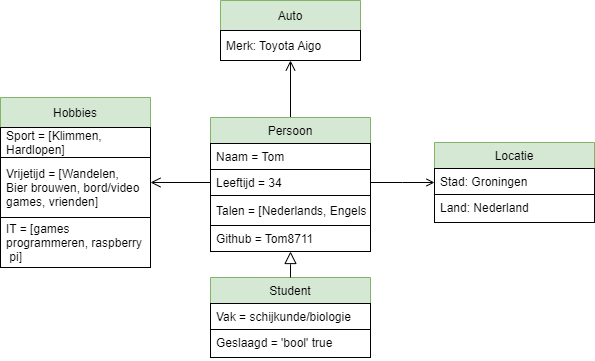
Before: image/mijnklasse.png, a diagram exported from draw.io (Tom8711/Interactive-cv). Source tidied: cells renumbered, new cells last; positions are measured from the earlier drawing's top-left corner, leaving out a move shared by most shapes.
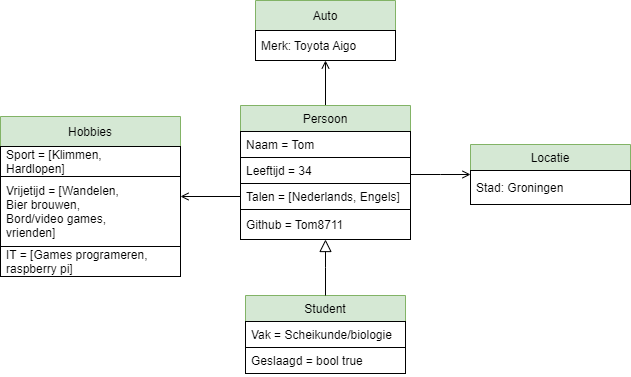
The same diagram one commit later.

What changed in the source:
```diff
@@ -2,70 +2,67 @@
   <root>
     <mxCell id="0" />
     <mxCell id="1" parent="0" />
-    <mxCell id="2" style="edgeStyle=orthogonalEdgeStyle;rounded=0;jettySize=auto;html=1;endArrow=open;endFill=0;endSize=8;" parent="1" edge="1" source="3" target="21">
+    <mxCell id="2" style="edgeStyle=orthogonalEdgeStyle;rounded=0;jettySize=auto;html=1;endArrow=open;endFill=0;" parent="1" edge="1" source="3" target="21">
       <mxGeometry relative="1" as="geometry" />
     </mxCell>
     <mxCell id="3" value="Persoon" style="swimlane;fontStyle=0;align=center;verticalAlign=top;horizontal=1;startSize=26;rounded=0;shadow=0;strokeWidth=1;fillColor=#d5e8d4;strokeColor=#82b366;" parent="1" vertex="1">
-      <mxGeometry x="210" y="117" width="160" height="134" as="geometry" />
+      <mxGeometry x="202" y="67" width="170" height="134" as="geometry" />
     </mxCell>
     <mxCell id="4" value="Naam = Tom" style="text;align=left;verticalAlign=top;spacingLeft=4;spacingRight=4;overflow=hidden;strokeColor=default;" parent="3" vertex="1">
-      <mxGeometry y="26" width="160" height="26" as="geometry" />
+      <mxGeometry y="26" width="170" height="26" as="geometry" />
     </mxCell>
     <mxCell id="5" value="Leeftijd = 34" style="text;align=left;verticalAlign=top;spacingLeft=4;spacingRight=4;overflow=hidden;points=[[0,0.5],[1,0.5]];portConstraint=eastwest;rounded=0;shadow=0;html=0;strokeColor=default;" parent="3" vertex="1">
-      <mxGeometry y="52" width="160" height="26" as="geometry" />
+      <mxGeometry y="52" width="170" height="26" as="geometry" />
     </mxCell>
-    <mxCell id="6" value="Talen = [Nederlands, Engels]" style="text;align=left;verticalAlign=middle;spacingLeft=4;spacingRight=4;overflow=hidden;strokeColor=default;" parent="3" vertex="1">
-      <mxGeometry y="78" width="160" height="30" as="geometry" />
-    </mxCell>
-    <mxCell id="7" value="Github = Tom8711" style="text;align=left;verticalAlign=top;spacingLeft=4;spacingRight=4;overflow=hidden;points=[[0,0.5],[1,0.5]];portConstraint=eastwest;rounded=0;shadow=0;html=0;strokeColor=default;" parent="3" vertex="1">
-      <mxGeometry y="108" width="160" height="26" as="geometry" />
+    <mxCell id="7" value="Talen = [Nederlands, Engels]" style="text;align=left;verticalAlign=top;spacingLeft=4;spacingRight=4;overflow=hidden;points=[[0,0.5],[1,0.5]];portConstraint=eastwest;rounded=0;shadow=0;html=0;strokeColor=default;" parent="3" vertex="1">
+      <mxGeometry y="78" width="170" height="26" as="geometry" />
     </mxCell>
+    <mxCell id="23" value="Github = Tom8711" style="text;strokeColor=default;fillColor=none;align=left;verticalAlign=middle;spacingLeft=4;spacingRight=4;overflow=hidden;" parent="3" vertex="1">
+      <mxGeometry y="104" width="170" height="30" as="geometry" />
+    </mxCell>
     <mxCell id="8" value="Student" style="swimlane;fontStyle=0;align=center;verticalAlign=top;horizontal=1;startSize=26;rounded=0;shadow=0;strokeWidth=1;fillColor=#d5e8d4;strokeColor=#82b366;" parent="1" vertex="1">
-      <mxGeometry x="210" y="277" width="160" height="80" as="geometry" />
+      <mxGeometry x="207" y="257" width="160" height="78" as="geometry" />
     </mxCell>
-    <mxCell id="9" value="Vak = schijkunde/biologie" style="text;align=left;verticalAlign=top;spacingLeft=4;spacingRight=4;overflow=hidden;strokeColor=default;" parent="8" vertex="1">
+    <mxCell id="9" value="Vak = Scheikunde/biologie" style="text;align=left;verticalAlign=top;spacingLeft=4;spacingRight=4;overflow=hidden;strokeColor=default;" parent="8" vertex="1">
       <mxGeometry y="26" width="160" height="26" as="geometry" />
     </mxCell>
-    <mxCell id="10" value="Geslaagd = 'bool' true" style="text;align=left;verticalAlign=top;spacingLeft=4;spacingRight=4;overflow=hidden;rounded=0;shadow=0;html=0;fontStyle=0;strokeColor=default;" parent="8" vertex="1">
-      <mxGeometry y="52" width="160" height="28" as="geometry" />
+    <mxCell id="10" value="Geslaagd = bool true" style="text;align=left;verticalAlign=top;spacingLeft=4;spacingRight=4;overflow=hidden;rounded=0;shadow=0;html=0;strokeColor=default;" parent="8" vertex="1">
+      <mxGeometry y="52" width="160" height="26" as="geometry" />
     </mxCell>
     <mxCell id="11" style="endArrow=block;endSize=10;endFill=0;shadow=0;strokeWidth=1;rounded=0;edgeStyle=elbowEdgeStyle;elbow=vertical;" parent="1" edge="1" source="8" target="3">
       <mxGeometry relative="1" as="geometry" />
     </mxCell>
     <mxCell id="12" value="Locatie" style="swimlane;fontStyle=0;align=center;verticalAlign=top;horizontal=1;startSize=26;rounded=0;shadow=0;strokeWidth=1;fillColor=#d5e8d4;strokeColor=#82b366;" parent="1" vertex="1">
-      <mxGeometry x="434" y="142" width="160" height="80" as="geometry" />
+      <mxGeometry x="432" y="106" width="160" height="60" as="geometry" />
     </mxCell>
-    <mxCell id="13" value="Stad: Groningen" style="text;align=left;verticalAlign=top;spacingLeft=4;spacingRight=4;overflow=hidden;rounded=0;shadow=0;html=0;strokeColor=default;" parent="12" vertex="1">
-      <mxGeometry y="26" width="160" height="26" as="geometry" />
+    <mxCell id="13" value="Stad: Groningen" style="text;strokeColor=default;fillColor=none;align=left;verticalAlign=middle;spacingLeft=4;spacingRight=4;overflow=hidden;" parent="12" vertex="1">
+      <mxGeometry y="26" width="160" height="34" as="geometry" />
     </mxCell>
-    <mxCell id="14" value="Land: Nederland" style="text;align=left;verticalAlign=top;spacingLeft=4;spacingRight=4;overflow=hidden;rounded=0;shadow=0;html=0;strokeColor=default;" parent="12" vertex="1">
-      <mxGeometry y="52" width="160" height="28" as="geometry" />
-    </mxCell>
-    <mxCell id="15" style="endArrow=open;shadow=0;strokeWidth=1;rounded=0;endFill=1;edgeStyle=elbowEdgeStyle;elbow=vertical;exitX=1;exitY=0.5;exitDx=0;exitDy=0;" parent="1" edge="1" source="5" target="12">
+    <mxCell id="15" style="endArrow=open;shadow=0;strokeWidth=1;rounded=0;endFill=0;edgeStyle=elbowEdgeStyle;elbow=vertical;" parent="1" edge="1" source="3" target="12">
       <mxGeometry x="0.5" y="41" relative="1" as="geometry">
         <mxPoint x="-40" y="32" as="offset" />
       </mxGeometry>
     </mxCell>
+    <mxCell id="21" value="Auto" style="swimlane;fontStyle=0;horizontal=1;startSize=30;fillColor=#d5e8d4;strokeColor=#82b366;" parent="1" vertex="1">
+      <mxGeometry x="217" y="-38" width="140" height="60" as="geometry" />
+    </mxCell>
+    <mxCell id="22" value="Merk: Toyota Aigo" style="text;strokeColor=default;fillColor=none;align=left;verticalAlign=middle;spacingLeft=4;spacingRight=4;overflow=hidden;" parent="21" vertex="1">
+      <mxGeometry y="30" width="140" height="30" as="geometry" />
+    </mxCell>
     <mxCell id="16" value="Hobbies" style="swimlane;fontStyle=0;horizontal=1;startSize=30;fillColor=#d5e8d4;strokeColor=#82b366;" parent="1" vertex="1">
-      <mxGeometry y="97" width="150" height="170" as="geometry" />
+      <mxGeometry x="-38" y="78" width="180" height="160" as="geometry" />
     </mxCell>
-    <mxCell id="17" value="Sport = [Klimmen, &#10;Hardlopen]" style="text;strokeColor=default;fillColor=none;align=left;verticalAlign=middle;spacingLeft=4;spacingRight=4;overflow=hidden;" parent="16" vertex="1">
-      <mxGeometry y="30" width="150" height="30" as="geometry" />
+    <mxCell id="17" value="Sport = [Klimmen, &#10;Hardlopen] " style="text;strokeColor=default;fillColor=none;align=left;verticalAlign=middle;spacingLeft=4;spacingRight=4;overflow=hidden;" parent="16" vertex="1">
+      <mxGeometry y="30" width="180" height="30" as="geometry" />
     </mxCell>
-    <mxCell id="18" value="Vrijetijd = [Wandelen,&#10;Bier brouwen, bord/video&#10;games, vrienden]" style="text;strokeColor=default;fillColor=none;align=left;verticalAlign=middle;spacingLeft=4;spacingRight=4;overflow=hidden;" parent="16" vertex="1">
-      <mxGeometry y="60" width="150" height="60" as="geometry" />
-    </mxCell>
-    <mxCell id="19" value="IT = [games &#10;programmeren, raspberry&#10; pi]" style="text;strokeColor=default;fillColor=none;align=left;verticalAlign=middle;spacingLeft=4;spacingRight=4;overflow=hidden;" parent="16" vertex="1">
-      <mxGeometry y="120" width="150" height="50" as="geometry" />
-    </mxCell>
-    <mxCell id="20" style="edgeStyle=orthogonalEdgeStyle;rounded=0;jettySize=auto;html=1;endArrow=open;endFill=0;endSize=8;" parent="1" edge="1" source="5" target="16">
-      <mxGeometry relative="1" as="geometry" />
-    </mxCell>
-    <mxCell id="21" value="Auto" style="swimlane;fontStyle=0;horizontal=1;startSize=30;fillColor=#d5e8d4;strokeColor=#82b366;" parent="1" vertex="1">
-      <mxGeometry x="220" width="140" height="60" as="geometry" />
-    </mxCell>
-    <mxCell id="22" value="Merk: Toyota Aigo" style="text;strokeColor=default;fillColor=none;align=left;verticalAlign=middle;spacingLeft=4;spacingRight=4;overflow=hidden;" parent="21" vertex="1">
-      <mxGeometry y="30" width="140" height="30" as="geometry" />
-    </mxCell>
+    <mxCell id="24" value="Vrijetijd = [Wandelen, &#10;Bier brouwen, &#10;Bord/video games, &#10;vrienden]" style="text;strokeColor=default;fillColor=none;align=left;verticalAlign=middle;spacingLeft=4;spacingRight=4;overflow=hidden;" parent="16" vertex="1">
+      <mxGeometry y="60" width="180" height="70" as="geometry" />
+    </mxCell>
+    <mxCell id="25" value="IT = [Games programeren, &#10;raspberry pi]" style="text;strokeColor=default;fillColor=none;align=left;verticalAlign=middle;spacingLeft=4;spacingRight=4;overflow=hidden;" parent="16" vertex="1">
+      <mxGeometry y="130" width="180" height="30" as="geometry" />
+    </mxCell>
+    <mxCell id="26" style="edgeStyle=orthogonalEdgeStyle;rounded=0;jettySize=auto;html=1;endArrow=open;endFill=0;" parent="1" edge="1" source="7" target="16">
+      <mxGeometry relative="1" as="geometry" />
+    </mxCell>
   </root>
 </mxGraphModel>
```
